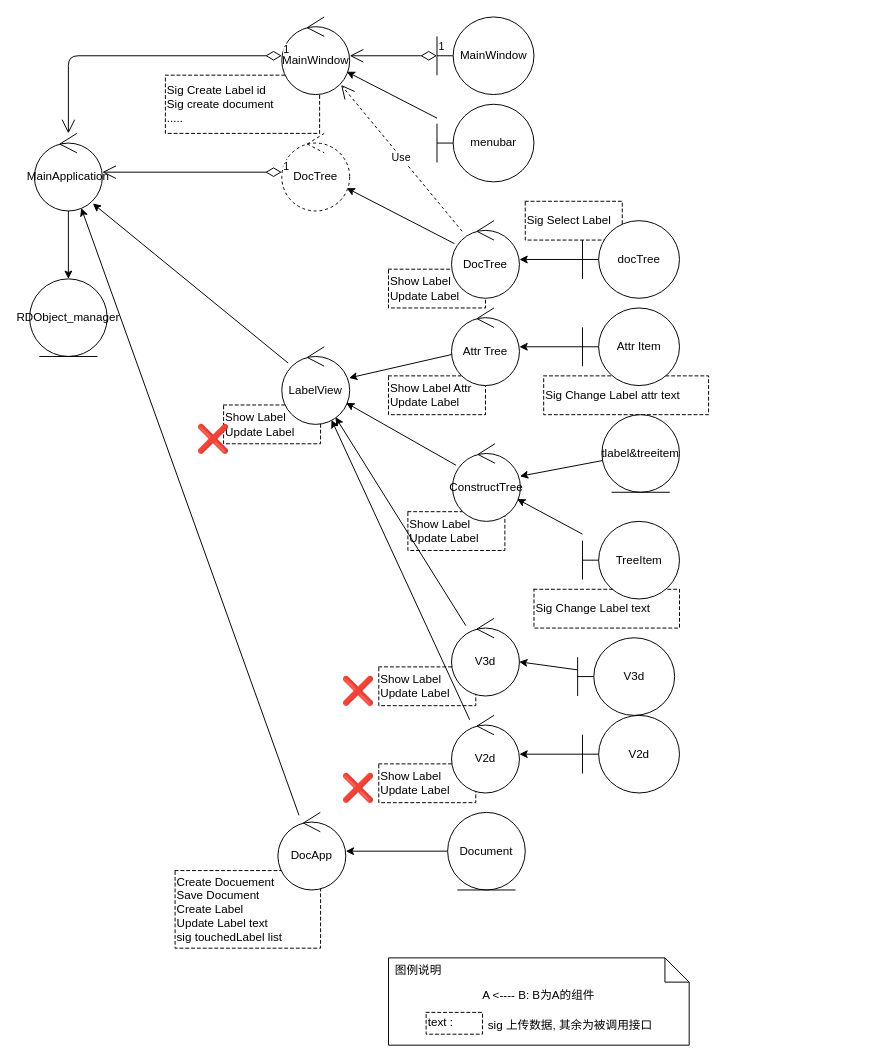
Before: doc/实习类架构.drawio in nochat1205/RedPanda, a draw.io diagram. Source tidied: cells renumbered, new cells numbered last; positions are measured from the earlier drawing's top-left corner, leaving out a move shared by most shapes. Both pictures are drawn from the tidied source at 97%, with x=0, y=0 at pixel (29, 16).
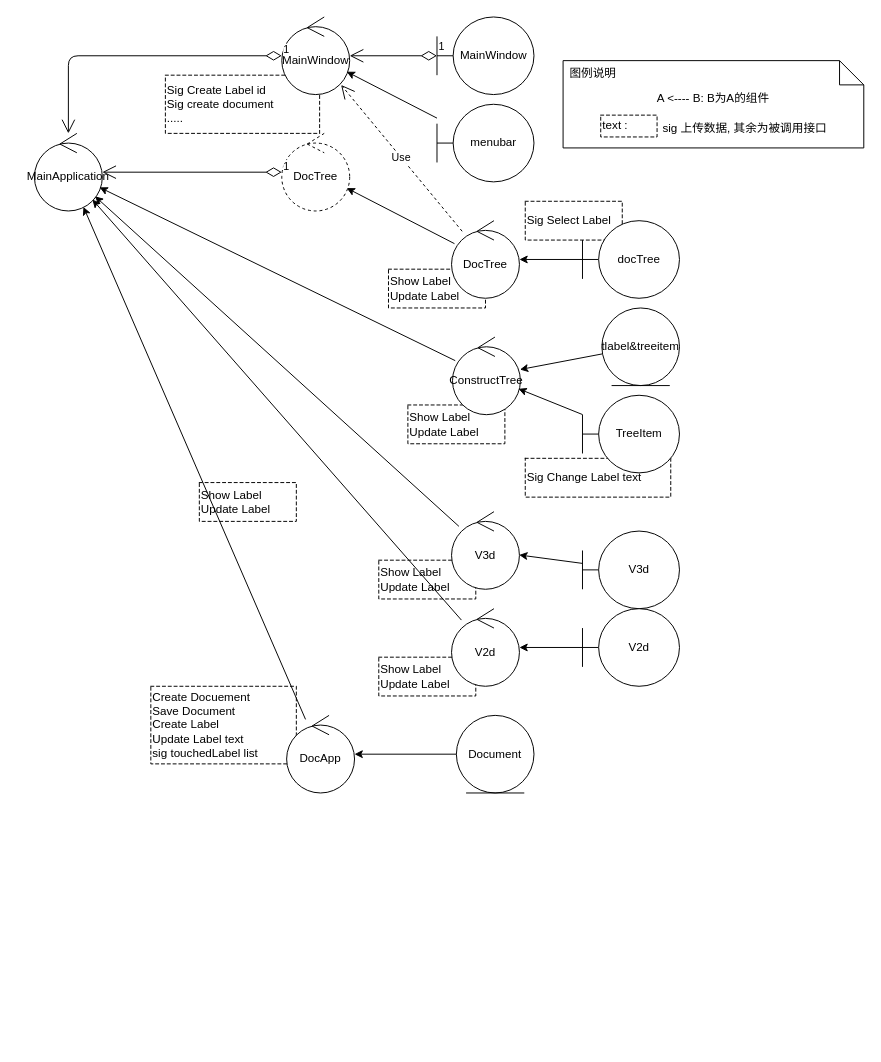
After the change.

Unchanged cells that the change refers to:
```xml
<mxCell id="14" value="MainApplication" style="ellipse;shape=umlControl;whiteSpace=wrap;html=1;" parent="1" vertex="1">
  <mxGeometry x="5" y="120" width="70" height="80" as="geometry" />
</mxCell>
```

Diff of the diagram source:
```diff
@@
     <mxCell id="3" value="Show Label&lt;br&gt;Update Label" style="shape=partialRectangle;html=1;top=1;align=left;dashed=1;" parent="1" vertex="1">
-      <mxGeometry x="360" y="770" width="100" height="40" as="geometry" />
+      <mxGeometry x="360" y="660" width="100" height="40" as="geometry" />
     </mxCell>
     <mxCell id="4" value="Create Docuement&lt;br&gt;Save Document&lt;br&gt;Create Label&lt;br&gt;Update Label text&lt;br&gt;sig touchedLabel list" style="shape=partialRectangle;html=1;top=1;align=left;dashed=1;" parent="1" vertex="1">
-      <mxGeometry x="150" y="880" width="150" height="80" as="geometry" />
+      <mxGeometry x="125" y="690" width="150" height="80" as="geometry" />
     </mxCell>
     <mxCell id="5" value="Sig Change Label text" style="shape=partialRectangle;html=1;top=1;align=left;dashed=1;" parent="1" vertex="1">
-      <mxGeometry x="520" y="590" width="150" height="40" as="geometry" />
+      <mxGeometry x="511" y="455" width="150" height="40" as="geometry" />
     </mxCell>
     <mxCell id="6" value="Show Label&lt;br&gt;Update Label" style="shape=partialRectangle;html=1;top=1;align=left;dashed=1;" parent="1" vertex="1">
-      <mxGeometry x="390" y="510" width="100" height="40" as="geometry" />
+      <mxGeometry x="390" y="400" width="100" height="40" as="geometry" />
     </mxCell>
     <mxCell id="7" value="Show Label&lt;br&gt;Update Label" style="shape=partialRectangle;html=1;top=1;align=left;dashed=1;" parent="1" vertex="1">
-      <mxGeometry x="360" y="670" width="100" height="40" as="geometry" />
+      <mxGeometry x="360" y="560" width="100" height="40" as="geometry" />
     </mxCell>
-    <mxCell id="8" value="Show Label Attr&lt;br&gt;Update Label" style="shape=partialRectangle;html=1;top=1;align=left;dashed=1;" parent="1" vertex="1">
-      <mxGeometry x="370" y="370" width="100" height="40" as="geometry" />
-    </mxCell>
     <mxCell id="9" value="Show Label&lt;br&gt;Update Label" style="shape=partialRectangle;html=1;top=1;align=left;dashed=1;" parent="1" vertex="1">
-      <mxGeometry x="200" y="400" width="100" height="40" as="geometry" />
+      <mxGeometry x="175" y="480" width="100" height="40" as="geometry" />
     </mxCell>
-    <mxCell id="10" value="Sig Change Label attr text" style="shape=partialRectangle;html=1;top=1;align=left;dashed=1;" parent="1" vertex="1">
-      <mxGeometry x="530" y="370" width="170" height="40" as="geometry" />
-    </mxCell>
@@
-    <mxCell id="13" style="edgeStyle=none;html=1;" parent="1" edge="1" source="14" target="35">
-      <mxGeometry relative="1" as="geometry" />
-    </mxCell>
@@
-    <mxCell id="28" style="edgeStyle=none;html=1;entryX=0.86;entryY=0.904;entryDx=0;entryDy=0;entryPerimeter=0;" parent="1" edge="1" source="29" target="14">
-      <mxGeometry relative="1" as="geometry" />
-    </mxCell>
-    <mxCell id="29" value="LabelView" style="ellipse;shape=umlControl;whiteSpace=wrap;html=1;" parent="1" vertex="1">
-      <mxGeometry x="260" y="340" width="70" height="80" as="geometry" />
-    </mxCell>
-    <mxCell id="30" style="edgeStyle=none;html=1;" parent="1" edge="1" source="31" target="29">
-      <mxGeometry relative="1" as="geometry" />
-    </mxCell>
-    <mxCell id="31" value="Attr Tree" style="ellipse;shape=umlControl;whiteSpace=wrap;html=1;" parent="1" vertex="1">
-      <mxGeometry x="435" y="300" width="70" height="80" as="geometry" />
-    </mxCell>
-    <mxCell id="32" style="edgeStyle=none;html=1;" parent="1" edge="1" source="33" target="29">
+    <mxCell id="32" style="edgeStyle=none;html=1;" parent="1" edge="1" source="33" target="14">
       <mxGeometry relative="1" as="geometry" />
     </mxCell>
     <mxCell id="33" value="ConstructTree" style="ellipse;shape=umlControl;whiteSpace=wrap;html=1;" parent="1" vertex="1">
-      <mxGeometry x="436" y="440" width="70" height="80" as="geometry" />
+      <mxGeometry x="436" y="330" width="70" height="80" as="geometry" />
     </mxCell>
-    <mxCell id="34" style="edgeStyle=none;html=1;" parent="1" edge="1" source="42" target="31">
-      <mxGeometry relative="1" as="geometry" />
-    </mxCell>
-    <mxCell id="35" value="RDObject_manager" style="ellipse;shape=umlEntity;whiteSpace=wrap;html=1;" parent="1" vertex="1">
-      <mxGeometry y="270" width="80" height="80" as="geometry" />
-    </mxCell>
-    <mxCell id="36" style="edgeStyle=none;html=1;" parent="1" edge="1" source="37" target="29">
+    <mxCell id="36" style="edgeStyle=none;html=1;" parent="1" edge="1" source="37" target="14">
       <mxGeometry relative="1" as="geometry" />
     </mxCell>
     <mxCell id="37" value="V3d" style="ellipse;shape=umlControl;whiteSpace=wrap;html=1;" parent="1" vertex="1">
-      <mxGeometry x="435" y="620" width="70" height="80" as="geometry" />
+      <mxGeometry x="435" y="510" width="70" height="80" as="geometry" />
     </mxCell>
-    <mxCell id="38" style="edgeStyle=none;html=1;" parent="1" edge="1" source="39" target="29">
+    <mxCell id="38" style="edgeStyle=none;html=1;" parent="1" edge="1" source="39" target="14">
       <mxGeometry relative="1" as="geometry" />
     </mxCell>
     <mxCell id="39" value="V2d" style="ellipse;shape=umlControl;whiteSpace=wrap;html=1;" parent="1" vertex="1">
-      <mxGeometry x="435" y="720" width="70" height="80" as="geometry" />
+      <mxGeometry x="435" y="610" width="70" height="80" as="geometry" />
     </mxCell>
@@
     <mxCell id="41" value="DocApp" style="ellipse;shape=umlControl;whiteSpace=wrap;html=1;" parent="1" vertex="1">
-      <mxGeometry x="256" y="820" width="70" height="80" as="geometry" />
+      <mxGeometry x="265" y="720" width="70" height="80" as="geometry" />
     </mxCell>
-    <mxCell id="42" value="Attr Item" style="shape=umlBoundary;whiteSpace=wrap;html=1;" parent="1" vertex="1">
-      <mxGeometry x="570" y="300" width="100" height="80" as="geometry" />
-    </mxCell>
@@
     <mxCell id="44" value="TreeItem" style="shape=umlBoundary;whiteSpace=wrap;html=1;" parent="1" vertex="1">
-      <mxGeometry x="570" y="520" width="100" height="80" as="geometry" />
+      <mxGeometry x="570" y="390" width="100" height="80" as="geometry" />
     </mxCell>
@@
     <mxCell id="46" value="V3d" style="shape=umlBoundary;whiteSpace=wrap;html=1;" parent="1" vertex="1">
-      <mxGeometry x="565" y="640" width="100" height="80" as="geometry" />
+      <mxGeometry x="570" y="530" width="100" height="80" as="geometry" />
     </mxCell>
@@
     <mxCell id="48" value="V2d" style="shape=umlBoundary;whiteSpace=wrap;html=1;" parent="1" vertex="1">
-      <mxGeometry x="570" y="720" width="100" height="80" as="geometry" />
+      <mxGeometry x="570" y="610" width="100" height="80" as="geometry" />
     </mxCell>
@@
     <mxCell id="50" value="Document" style="ellipse;shape=umlEntity;whiteSpace=wrap;html=1;" parent="1" vertex="1">
-      <mxGeometry x="431" y="820" width="80" height="80" as="geometry" />
+      <mxGeometry x="440" y="720" width="80" height="80" as="geometry" />
     </mxCell>
@@
     <mxCell id="52" value="tlabel&amp;amp;treeitem" style="ellipse;shape=umlEntity;whiteSpace=wrap;html=1;" parent="1" vertex="1">
-      <mxGeometry x="590" y="410" width="80" height="80" as="geometry" />
+      <mxGeometry x="590" y="300" width="80" height="80" as="geometry" />
     </mxCell>
     <mxCell id="53" value="A &amp;lt;---- B: B为A的组件" style="shape=note2;boundedLbl=1;whiteSpace=wrap;html=1;size=25;verticalAlign=top;align=center;" parent="1" vertex="1">
-      <mxGeometry x="370" y="970" width="310" height="90" as="geometry" />
+      <mxGeometry x="550" y="45" width="310" height="90" as="geometry" />
     </mxCell>
@@
-    <mxCell id="57" value="&lt;h1 style=&quot;background: 0px 0px; border: 0px; font-size: 28px; margin: 0px 0px 10px; outline: 0px; padding: 0px; vertical-align: baseline; color: rgb(0, 0, 0); font-family: &amp;quot;Helvetica Neue&amp;quot;, Helvetica, Arial, sans-serif; font-style: normal; font-variant-ligatures: normal; font-variant-caps: normal; letter-spacing: normal; orphans: 2; text-align: start; text-indent: 0px; text-transform: none; widows: 2; word-spacing: 0px; -webkit-text-stroke-width: 0px; text-decoration-thickness: initial; text-decoration-style: initial; text-decoration-color: initial;&quot;&gt;&lt;span style=&quot;background: 0px 0px; border: 0px; font-size: 28px; margin: 0px; outline: 0px; padding: 0px; vertical-align: baseline; font-family: &amp;quot;Apple Color Emoji&amp;quot;, &amp;quot;Segoe UI Emoji&amp;quot;, &amp;quot;Noto Color Emoji&amp;quot;, &amp;quot;Android Emoji&amp;quot;, EmojiSymbols, &amp;quot;EmojiOne Mozilla&amp;quot;, &amp;quot;Twemoji Mozilla&amp;quot;, &amp;quot;Segoe UI Symbol&amp;quot;, &amp;quot;Noto Color Emoji Compat&amp;quot;, emoji, noto-emojipedia-fallback; font-weight: 400;&quot; class=&quot;emoji&quot;&gt;❌&lt;/span&gt;&lt;/h1&gt;" style="text;whiteSpace=wrap;html=1;" parent="1" vertex="1">
-      <mxGeometry x="170" y="410" width="70" height="70" as="geometry" />
-    </mxCell>
-    <mxCell id="58" value="&lt;h1 style=&quot;background: 0px 0px; border: 0px; font-size: 28px; margin: 0px 0px 10px; outline: 0px; padding: 0px; vertical-align: baseline; color: rgb(0, 0, 0); font-family: &amp;quot;Helvetica Neue&amp;quot;, Helvetica, Arial, sans-serif; font-style: normal; font-variant-ligatures: normal; font-variant-caps: normal; letter-spacing: normal; orphans: 2; text-align: start; text-indent: 0px; text-transform: none; widows: 2; word-spacing: 0px; -webkit-text-stroke-width: 0px; text-decoration-thickness: initial; text-decoration-style: initial; text-decoration-color: initial;&quot;&gt;&lt;span style=&quot;background: 0px 0px; border: 0px; font-size: 28px; margin: 0px; outline: 0px; padding: 0px; vertical-align: baseline; font-family: &amp;quot;Apple Color Emoji&amp;quot;, &amp;quot;Segoe UI Emoji&amp;quot;, &amp;quot;Noto Color Emoji&amp;quot;, &amp;quot;Android Emoji&amp;quot;, EmojiSymbols, &amp;quot;EmojiOne Mozilla&amp;quot;, &amp;quot;Twemoji Mozilla&amp;quot;, &amp;quot;Segoe UI Symbol&amp;quot;, &amp;quot;Noto Color Emoji Compat&amp;quot;, emoji, noto-emojipedia-fallback; font-weight: 400;&quot; class=&quot;emoji&quot;&gt;❌&lt;/span&gt;&lt;/h1&gt;" style="text;whiteSpace=wrap;html=1;" parent="1" vertex="1">
-      <mxGeometry x="320" y="670" width="70" height="70" as="geometry" />
-    </mxCell>
-    <mxCell id="59" value="&lt;h1 style=&quot;background: 0px 0px; border: 0px; font-size: 28px; margin: 0px 0px 10px; outline: 0px; padding: 0px; vertical-align: baseline; color: rgb(0, 0, 0); font-family: &amp;quot;Helvetica Neue&amp;quot;, Helvetica, Arial, sans-serif; font-style: normal; font-variant-ligatures: normal; font-variant-caps: normal; letter-spacing: normal; orphans: 2; text-align: start; text-indent: 0px; text-transform: none; widows: 2; word-spacing: 0px; -webkit-text-stroke-width: 0px; text-decoration-thickness: initial; text-decoration-style: initial; text-decoration-color: initial;&quot;&gt;&lt;span style=&quot;background: 0px 0px; border: 0px; font-size: 28px; margin: 0px; outline: 0px; padding: 0px; vertical-align: baseline; font-family: &amp;quot;Apple Color Emoji&amp;quot;, &amp;quot;Segoe UI Emoji&amp;quot;, &amp;quot;Noto Color Emoji&amp;quot;, &amp;quot;Android Emoji&amp;quot;, EmojiSymbols, &amp;quot;EmojiOne Mozilla&amp;quot;, &amp;quot;Twemoji Mozilla&amp;quot;, &amp;quot;Segoe UI Symbol&amp;quot;, &amp;quot;Noto Color Emoji Compat&amp;quot;, emoji, noto-emojipedia-fallback; font-weight: 400;&quot; class=&quot;emoji&quot;&gt;❌&lt;/span&gt;&lt;/h1&gt;" style="text;whiteSpace=wrap;html=1;" parent="1" vertex="1">
-      <mxGeometry x="320" y="770" width="70" height="70" as="geometry" />
-    </mxCell>
```
